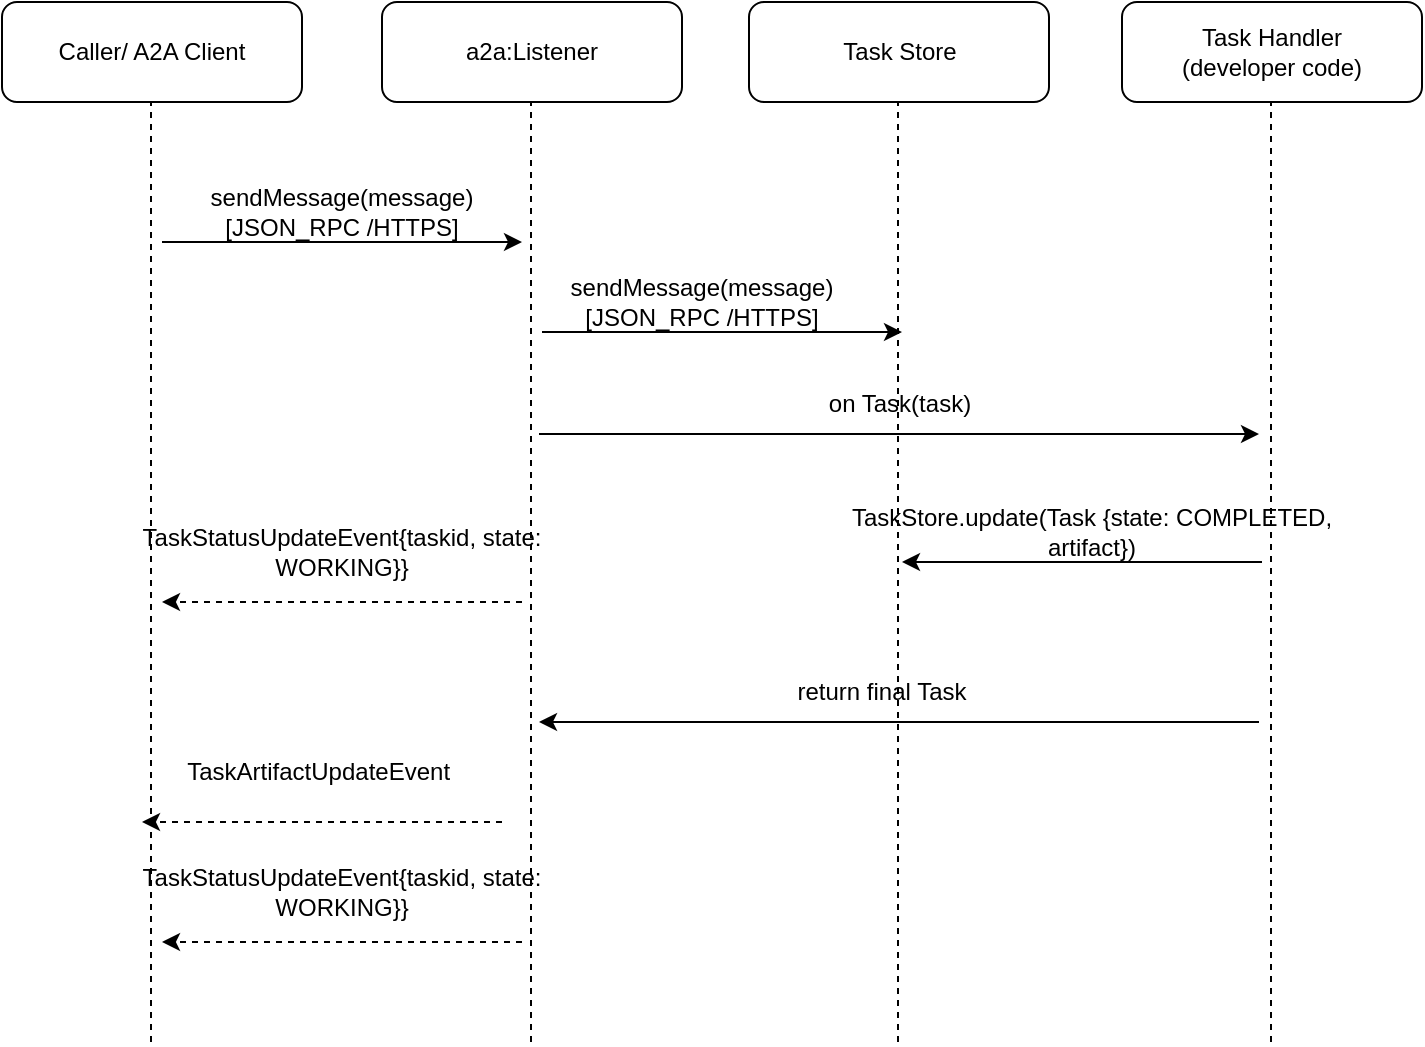
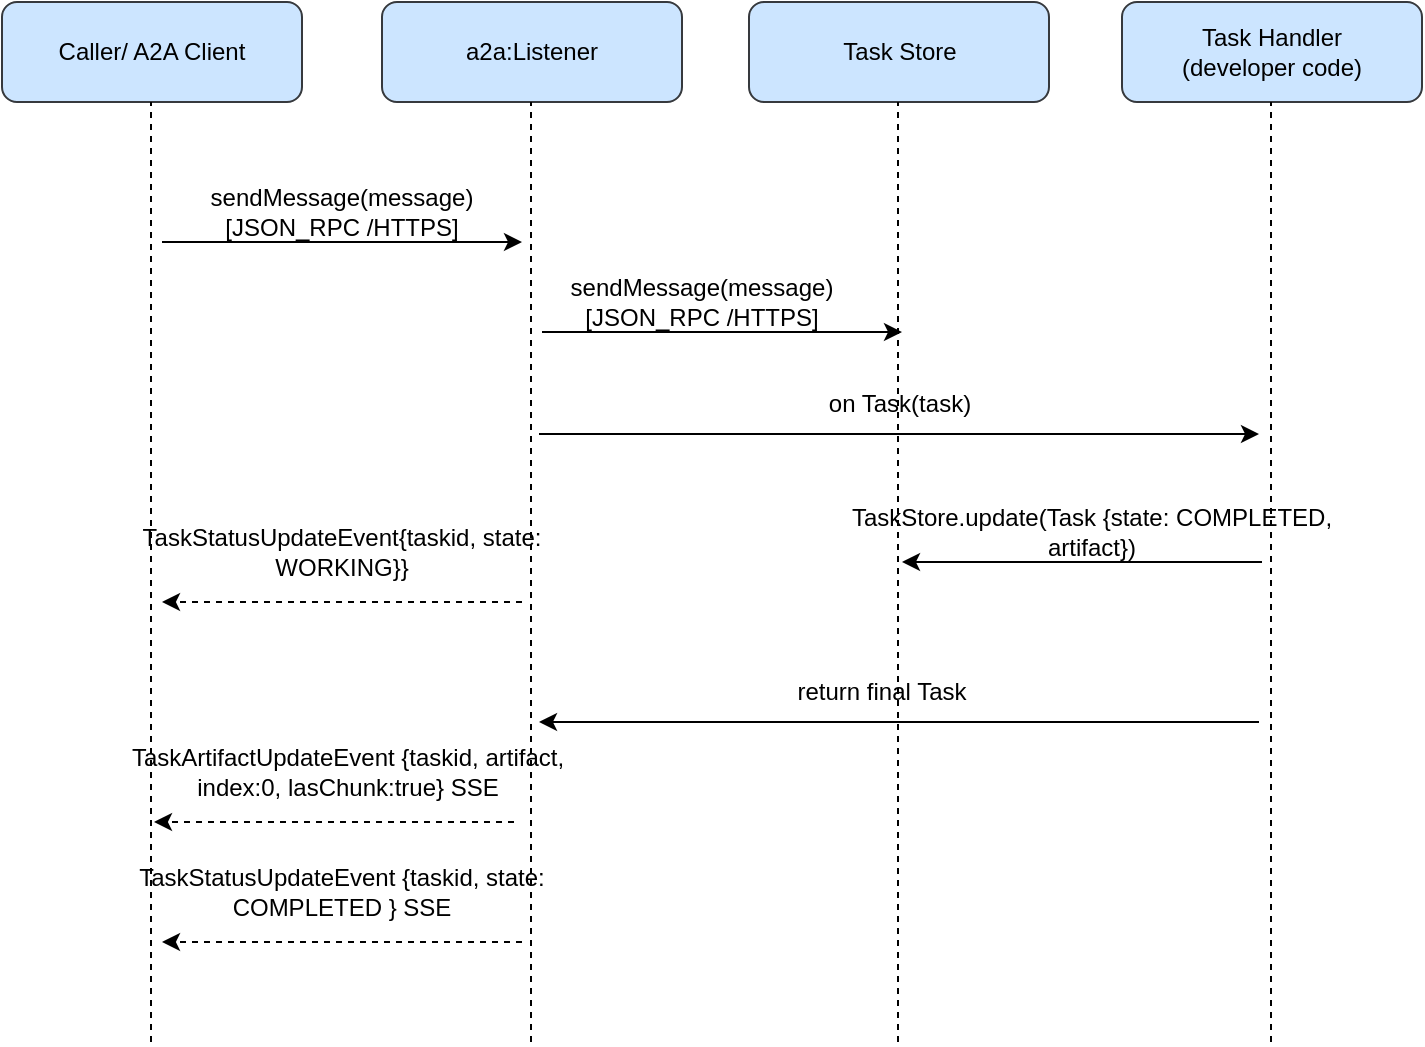
<mxfile host="app.diagrams.net">
  <diagram name="Page-1" id="ZPNNxD_8xx_dK13QvzwB">
    <mxGraphModel dx="1094" dy="555" grid="1" gridSize="10" guides="1" tooltips="1" connect="1" arrows="1" fold="1" page="1" pageScale="1" pageWidth="827" pageHeight="1169" math="0" shadow="0">
      <root>
        <mxCell id="0" />
        <mxCell id="1" parent="0" />
-         <mxCell id="KyBT1ujf4ODolMfsrgNy-1" parent="1" style="rounded=1;whiteSpace=wrap;html=1;" value="Caller/ A2A Client" vertex="1">
+         <mxCell id="KyBT1ujf4ODolMfsrgNy-1" parent="1" style="rounded=1;whiteSpace=wrap;html=1;fillColor=#cce5ff;strokeColor=#36393d;" value="Caller/ A2A Client" vertex="1">
          <mxGeometry height="50" width="150" x="40" y="30" as="geometry" />
        </mxCell>
-         <mxCell id="fuX-3ZszXKkBneVyICno-1" parent="1" style="rounded=1;whiteSpace=wrap;html=1;" value="Task Handler&lt;div&gt;(developer code)&lt;/div&gt;" vertex="1">
+         <mxCell id="fuX-3ZszXKkBneVyICno-1" parent="1" style="rounded=1;whiteSpace=wrap;html=1;fillColor=#cce5ff;strokeColor=#36393d;" value="Task Handler&lt;div&gt;(developer code)&lt;/div&gt;" vertex="1">
          <mxGeometry height="50" width="150" x="600" y="30" as="geometry" />
        </mxCell>
-         <mxCell id="fuX-3ZszXKkBneVyICno-2" parent="1" style="rounded=1;whiteSpace=wrap;html=1;" value="Task Store" vertex="1">
+         <mxCell id="fuX-3ZszXKkBneVyICno-2" parent="1" style="rounded=1;whiteSpace=wrap;html=1;fillColor=#cce5ff;strokeColor=#36393d;" value="Task Store" vertex="1">
          <mxGeometry height="50" width="150" x="413.5" y="30" as="geometry" />
        </mxCell>
-         <mxCell id="fuX-3ZszXKkBneVyICno-3" parent="1" style="rounded=1;whiteSpace=wrap;html=1;" value="a2a:Listener" vertex="1">
+         <mxCell id="fuX-3ZszXKkBneVyICno-3" parent="1" style="rounded=1;whiteSpace=wrap;html=1;fillColor=#cce5ff;strokeColor=#36393d;" value="a2a:Listener" vertex="1">
          <mxGeometry height="50" width="150" x="230" y="30" as="geometry" />
        </mxCell>
        <mxCell id="fuX-3ZszXKkBneVyICno-5" edge="1" parent="1" style="endArrow=none;dashed=1;html=1;rounded=0;" value="">
          <mxGeometry height="50" relative="1" width="50" as="geometry">
            <mxPoint x="114.5" y="550" as="sourcePoint" />
            <mxPoint x="114.5" y="80" as="targetPoint" />
          </mxGeometry>
        </mxCell>
        <mxCell id="fuX-3ZszXKkBneVyICno-6" edge="1" parent="1" style="endArrow=none;dashed=1;html=1;rounded=0;" value="">
          <mxGeometry height="50" relative="1" width="50" as="geometry">
            <mxPoint x="304.5" y="550" as="sourcePoint" />
            <mxPoint x="304.5" y="80" as="targetPoint" />
          </mxGeometry>
        </mxCell>
        <mxCell id="fuX-3ZszXKkBneVyICno-7" edge="1" parent="1" style="endArrow=none;dashed=1;html=1;rounded=0;" value="">
          <mxGeometry height="50" relative="1" width="50" as="geometry">
            <mxPoint x="488" y="550" as="sourcePoint" />
            <mxPoint x="488" y="80" as="targetPoint" />
          </mxGeometry>
        </mxCell>
        <mxCell id="fuX-3ZszXKkBneVyICno-8" edge="1" parent="1" style="endArrow=none;dashed=1;html=1;rounded=0;" value="">
          <mxGeometry height="50" relative="1" width="50" as="geometry">
            <mxPoint x="674.5" y="550" as="sourcePoint" />
            <mxPoint x="674.5" y="80" as="targetPoint" />
          </mxGeometry>
        </mxCell>
        <mxCell id="fuX-3ZszXKkBneVyICno-9" edge="1" parent="1" style="endArrow=classic;html=1;rounded=0;" value="">
          <mxGeometry height="50" relative="1" width="50" as="geometry">
            <mxPoint x="310" y="195" as="sourcePoint" />
            <mxPoint x="490" y="195" as="targetPoint" />
          </mxGeometry>
        </mxCell>
        <mxCell id="fuX-3ZszXKkBneVyICno-10" edge="1" parent="1" style="endArrow=classic;html=1;rounded=0;" value="">
          <mxGeometry height="50" relative="1" width="50" as="geometry">
            <mxPoint x="120" y="150" as="sourcePoint" />
            <mxPoint x="300" y="150" as="targetPoint" />
          </mxGeometry>
        </mxCell>
        <mxCell id="fuX-3ZszXKkBneVyICno-11" parent="1" style="text;html=1;whiteSpace=wrap;strokeColor=none;fillColor=none;align=center;verticalAlign=middle;rounded=0;" value="sendMessage(message) [JSON_RPC /HTTPS]" vertex="1">
          <mxGeometry height="30" width="180" x="120" y="120" as="geometry" />
        </mxCell>
        <mxCell id="fuX-3ZszXKkBneVyICno-12" parent="1" style="text;html=1;whiteSpace=wrap;strokeColor=none;fillColor=none;align=center;verticalAlign=middle;rounded=0;" value="sendMessage(message) [JSON_RPC /HTTPS]" vertex="1">
          <mxGeometry height="30" width="180" x="300" y="165" as="geometry" />
        </mxCell>
        <mxCell id="fuX-3ZszXKkBneVyICno-13" edge="1" parent="1" style="endArrow=classic;html=1;rounded=0;" value="">
          <mxGeometry height="50" relative="1" width="50" as="geometry">
            <mxPoint x="308.5" y="246" as="sourcePoint" />
            <mxPoint x="668.5" y="246" as="targetPoint" />
          </mxGeometry>
        </mxCell>
        <mxCell id="fuX-3ZszXKkBneVyICno-14" parent="1" style="text;html=1;whiteSpace=wrap;strokeColor=none;fillColor=none;align=center;verticalAlign=middle;rounded=0;" value="on Task(task)" vertex="1">
          <mxGeometry height="30" width="180" x="398.5" y="216" as="geometry" />
        </mxCell>
        <mxCell id="fuX-3ZszXKkBneVyICno-16" edge="1" parent="1" style="endArrow=classic;html=1;rounded=0;" value="">
          <mxGeometry height="50" relative="1" width="50" as="geometry">
            <mxPoint x="670" y="310" as="sourcePoint" />
            <mxPoint x="490" y="310" as="targetPoint" />
          </mxGeometry>
        </mxCell>
        <mxCell id="fuX-3ZszXKkBneVyICno-17" parent="1" style="text;html=1;whiteSpace=wrap;strokeColor=none;fillColor=none;align=center;verticalAlign=middle;rounded=0;" value="TaskStore.update(Task {state: COMPLETED, artifact})" vertex="1">
          <mxGeometry height="30" width="270" x="450" y="280" as="geometry" />
        </mxCell>
        <mxCell id="fuX-3ZszXKkBneVyICno-18" edge="1" parent="1" style="endArrow=classic;html=1;rounded=0;dashed=1;" value="">
          <mxGeometry height="50" relative="1" width="50" as="geometry">
            <mxPoint x="300" y="330" as="sourcePoint" />
            <mxPoint x="120" y="330" as="targetPoint" />
          </mxGeometry>
        </mxCell>
        <mxCell id="fuX-3ZszXKkBneVyICno-19" parent="1" style="text;html=1;whiteSpace=wrap;strokeColor=none;fillColor=none;align=center;verticalAlign=middle;rounded=0;" value="TaskStatusUpdateEvent{taskid, state: WORKING}}" vertex="1">
          <mxGeometry height="30" width="240" x="90" y="290" as="geometry" />
        </mxCell>
        <mxCell id="fuX-3ZszXKkBneVyICno-20" edge="1" parent="1" style="endArrow=classic;html=1;rounded=0;" value="">
          <mxGeometry height="50" relative="1" width="50" as="geometry">
            <mxPoint x="668.5" y="390" as="sourcePoint" />
            <mxPoint x="308.5" y="390" as="targetPoint" />
          </mxGeometry>
        </mxCell>
        <mxCell id="fuX-3ZszXKkBneVyICno-21" parent="1" style="text;html=1;whiteSpace=wrap;strokeColor=none;fillColor=none;align=center;verticalAlign=middle;rounded=0;" value="return final Task" vertex="1">
          <mxGeometry height="30" width="180" x="390" y="360" as="geometry" />
        </mxCell>
        <mxCell id="fuX-3ZszXKkBneVyICno-22" edge="1" parent="1" style="endArrow=classic;html=1;rounded=0;dashed=1;" value="">
          <mxGeometry height="50" relative="1" width="50" as="geometry">
-             <mxPoint x="290" y="440" as="sourcePoint" />
-             <mxPoint x="110" y="440" as="targetPoint" />
+             <mxPoint x="296" y="440" as="sourcePoint" />
+             <mxPoint x="116" y="440" as="targetPoint" />
          </mxGeometry>
        </mxCell>
-         <mxCell id="fuX-3ZszXKkBneVyICno-23" parent="1" style="text;html=1;whiteSpace=wrap;strokeColor=none;fillColor=none;align=center;verticalAlign=middle;rounded=0;" value="TaskArtifactUpdateEvent&amp;nbsp;" vertex="1">
-           <mxGeometry height="30" width="240" x="80" y="400" as="geometry" />
+         <mxCell id="fuX-3ZszXKkBneVyICno-23" parent="1" style="text;html=1;whiteSpace=wrap;strokeColor=none;fillColor=none;align=center;verticalAlign=middle;rounded=0;" value="TaskArtifactUpdateEvent {taskid, artifact, index:0, lasChunk:true} SSE" vertex="1">
+           <mxGeometry height="30" width="240" x="93" y="400" as="geometry" />
        </mxCell>
        <mxCell id="fuX-3ZszXKkBneVyICno-24" edge="1" parent="1" style="endArrow=classic;html=1;rounded=0;dashed=1;" value="">
          <mxGeometry height="50" relative="1" width="50" as="geometry">
            <mxPoint x="300" y="500" as="sourcePoint" />
            <mxPoint x="120" y="500" as="targetPoint" />
          </mxGeometry>
        </mxCell>
-         <mxCell id="fuX-3ZszXKkBneVyICno-25" parent="1" style="text;html=1;whiteSpace=wrap;strokeColor=none;fillColor=none;align=center;verticalAlign=middle;rounded=0;" value="TaskStatusUpdateEvent{taskid, state: WORKING}}" vertex="1">
-           <mxGeometry height="30" width="240" x="90" y="460" as="geometry" />
+         <mxCell id="fuX-3ZszXKkBneVyICno-25" parent="1" style="text;html=1;whiteSpace=wrap;strokeColor=none;fillColor=none;align=center;verticalAlign=middle;rounded=0;" value="TaskStatusUpdateEvent {taskid, state: COMPLETED } SSE" vertex="1">
+           <mxGeometry height="30" width="270" x="75" y="460" as="geometry" />
        </mxCell>
      </root>
    </mxGraphModel>
  </diagram>
</mxfile>
